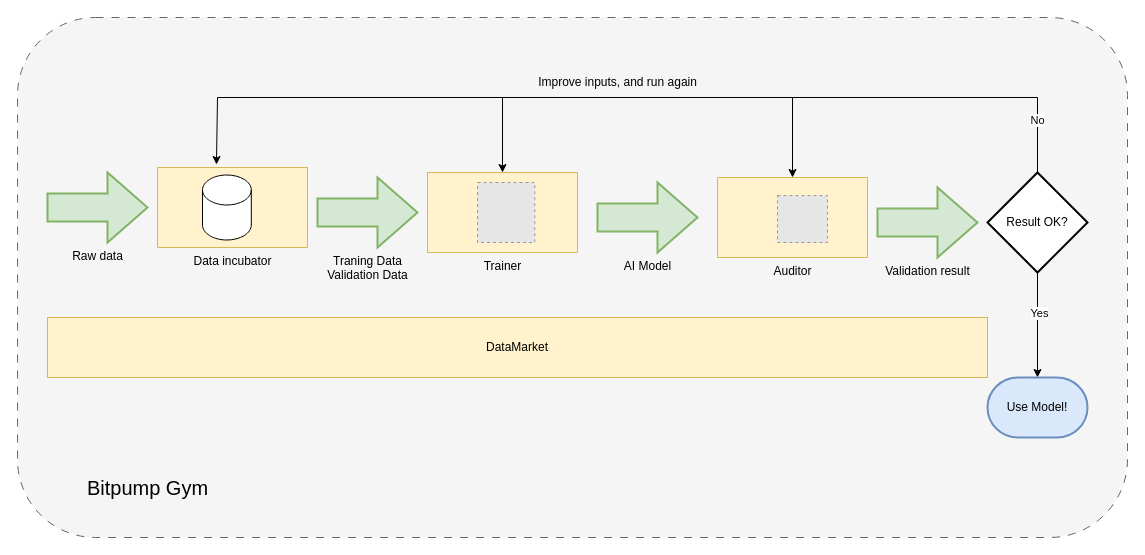
This is doc/bitpump.drawio from patrykmot/bitpump_5, a draw.io file, before an edit. Source tidied: cells renumbered, new cells numbered last; positions are measured from the earlier drawing's top-left corner, leaving out a move shared by most shapes. Both pictures are drawn from the tidied source at 100%, with x=0, y=0 at pixel (17, 17). Pictures stored in the file or linked from it are replaced by grey dashed boxes.
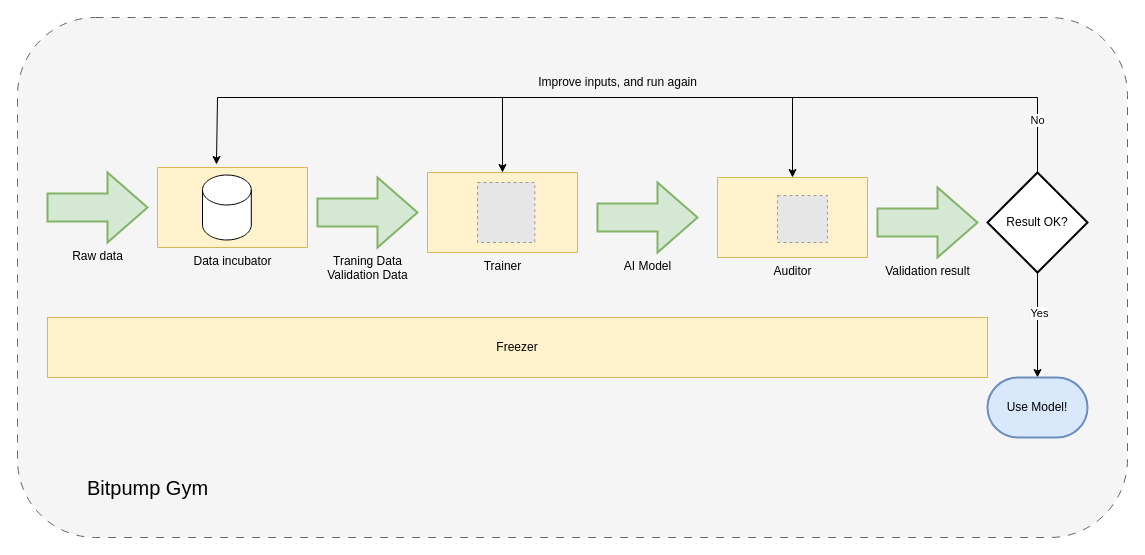
The same page after the edit.

Commit message (it also covers changes not shown here):
Adding Freezer! Now network can be trained, and progres will be saved into file system! And then loaded!

What changed in the source:
```diff
@@
-    <mxCell id="23" value="DataMarket" style="rounded=0;whiteSpace=wrap;html=1;fillColor=#fff2cc;strokeColor=#d6b656;" parent="1" vertex="1">
+    <mxCell id="23" value="Freezer" style="rounded=0;whiteSpace=wrap;html=1;fillColor=#fff2cc;strokeColor=#d6b656;" parent="1" vertex="1">
       <mxGeometry x="30" y="300" width="940" height="60" as="geometry" />
     </mxCell>
```
